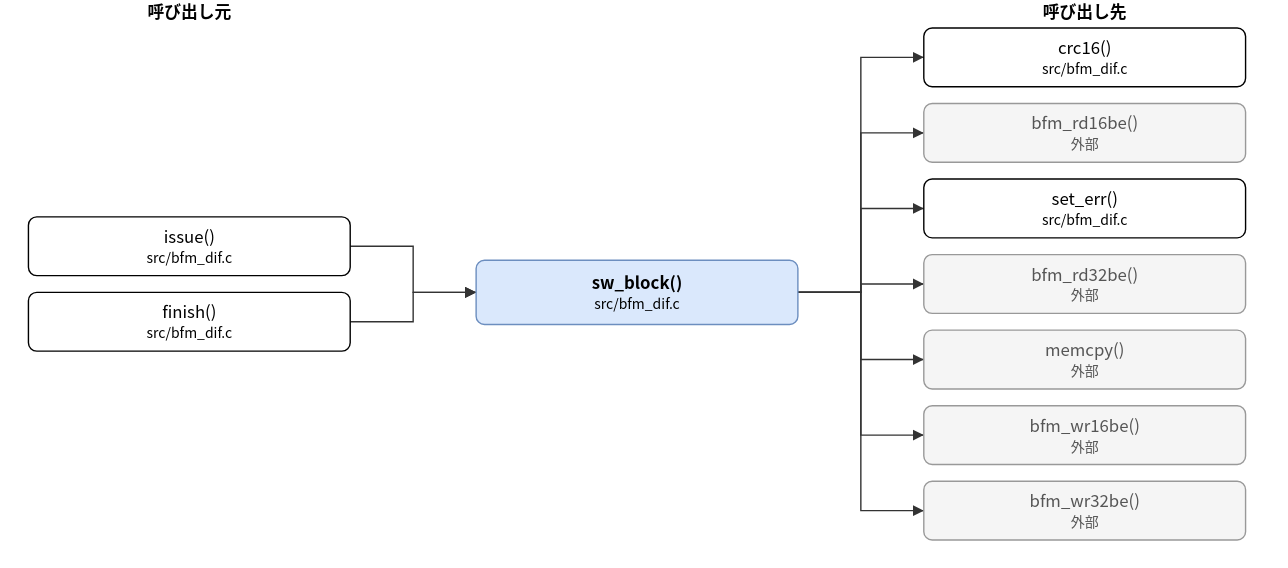
Before: doc/spec/images/call_src_bfm_dif-sw_block.drawio.svg, a diagram exported from draw.io (hf355051012-ai/bfmem). Source tidied: cells renumbered, new cells last; positions are measured from the earlier drawing's top-left corner, leaving out a move shared by most shapes.
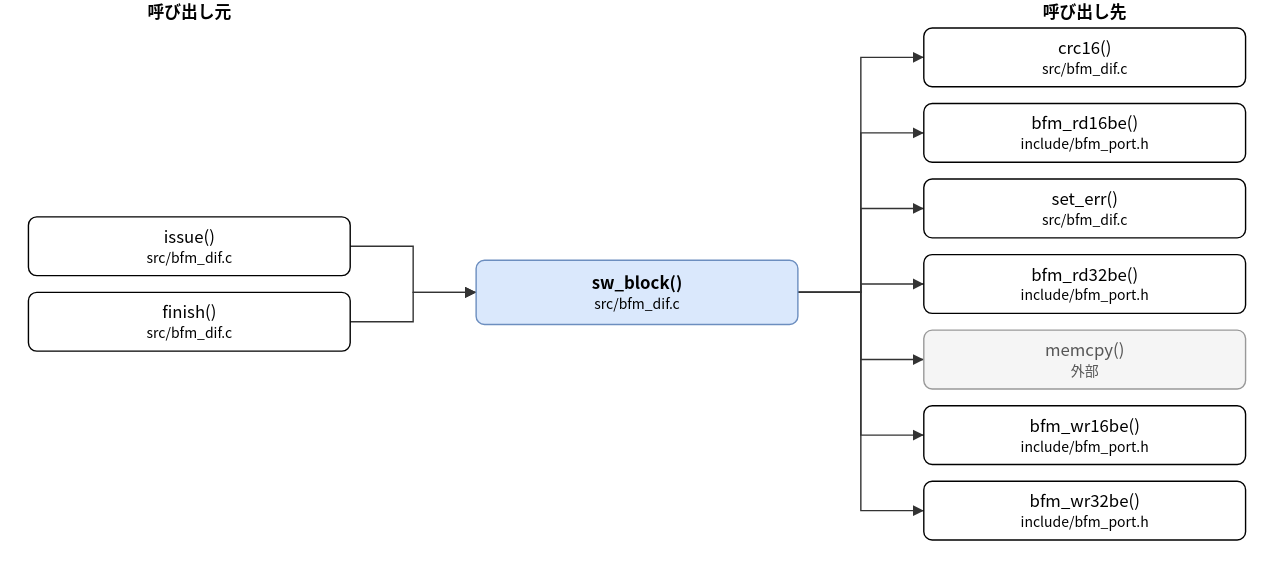
The same diagram one commit later.

Change to the diagram source:
```diff
@@ -14,22 +14,22 @@
     <mxCell id="5" value="crc16()&lt;br&gt;&lt;font style=&quot;font-size:10px&quot;&gt;src/bfm_dif.c&lt;/font&gt;" style="rounded=1;whiteSpace=wrap;html=1;" parent="1" vertex="1">
       <mxGeometry x="640" y="20" width="230" height="42" as="geometry" />
     </mxCell>
-    <mxCell id="6" value="bfm_rd16be()&lt;br&gt;&lt;font style=&quot;font-size:10px&quot;&gt;外部&lt;/font&gt;" style="rounded=1;whiteSpace=wrap;html=1;fillColor=#f5f5f5;strokeColor=#999999;fontColor=#555555;" parent="1" vertex="1">
+    <mxCell id="6" value="bfm_rd16be()&lt;br&gt;&lt;font style=&quot;font-size:10px&quot;&gt;include/bfm_port.h&lt;/font&gt;" style="rounded=1;whiteSpace=wrap;html=1;" parent="1" vertex="1">
       <mxGeometry x="640" y="74" width="230" height="42" as="geometry" />
     </mxCell>
     <mxCell id="7" value="set_err()&lt;br&gt;&lt;font style=&quot;font-size:10px&quot;&gt;src/bfm_dif.c&lt;/font&gt;" style="rounded=1;whiteSpace=wrap;html=1;" parent="1" vertex="1">
       <mxGeometry x="640" y="128" width="230" height="42" as="geometry" />
     </mxCell>
-    <mxCell id="8" value="bfm_rd32be()&lt;br&gt;&lt;font style=&quot;font-size:10px&quot;&gt;外部&lt;/font&gt;" style="rounded=1;whiteSpace=wrap;html=1;fillColor=#f5f5f5;strokeColor=#999999;fontColor=#555555;" parent="1" vertex="1">
+    <mxCell id="8" value="bfm_rd32be()&lt;br&gt;&lt;font style=&quot;font-size:10px&quot;&gt;include/bfm_port.h&lt;/font&gt;" style="rounded=1;whiteSpace=wrap;html=1;" parent="1" vertex="1">
       <mxGeometry x="640" y="182" width="230" height="42" as="geometry" />
     </mxCell>
     <mxCell id="9" value="memcpy()&lt;br&gt;&lt;font style=&quot;font-size:10px&quot;&gt;外部&lt;/font&gt;" style="rounded=1;whiteSpace=wrap;html=1;fillColor=#f5f5f5;strokeColor=#999999;fontColor=#555555;" parent="1" vertex="1">
       <mxGeometry x="640" y="236" width="230" height="42" as="geometry" />
     </mxCell>
-    <mxCell id="10" value="bfm_wr16be()&lt;br&gt;&lt;font style=&quot;font-size:10px&quot;&gt;外部&lt;/font&gt;" style="rounded=1;whiteSpace=wrap;html=1;fillColor=#f5f5f5;strokeColor=#999999;fontColor=#555555;" parent="1" vertex="1">
+    <mxCell id="10" value="bfm_wr16be()&lt;br&gt;&lt;font style=&quot;font-size:10px&quot;&gt;include/bfm_port.h&lt;/font&gt;" style="rounded=1;whiteSpace=wrap;html=1;" parent="1" vertex="1">
       <mxGeometry x="640" y="290" width="230" height="42" as="geometry" />
     </mxCell>
-    <mxCell id="11" value="bfm_wr32be()&lt;br&gt;&lt;font style=&quot;font-size:10px&quot;&gt;外部&lt;/font&gt;" style="rounded=1;whiteSpace=wrap;html=1;fillColor=#f5f5f5;strokeColor=#999999;fontColor=#555555;" parent="1" vertex="1">
+    <mxCell id="11" value="bfm_wr32be()&lt;br&gt;&lt;font style=&quot;font-size:10px&quot;&gt;include/bfm_port.h&lt;/font&gt;" style="rounded=1;whiteSpace=wrap;html=1;" parent="1" vertex="1">
       <mxGeometry x="640" y="344" width="230" height="42" as="geometry" />
     </mxCell>
     <mxCell id="12" style="edgeStyle=none;html=1;rounded=0;endArrow=block;endFill=1;exitX=1.0000;exitY=0.5000;exitDx=0;exitDy=0;exitPerimeter=0;entryX=0.0000;entryY=0.5000;entryDx=0;entryDy=0;entryPerimeter=0;" parent="1" edge="1" source="3" target="2">
```
